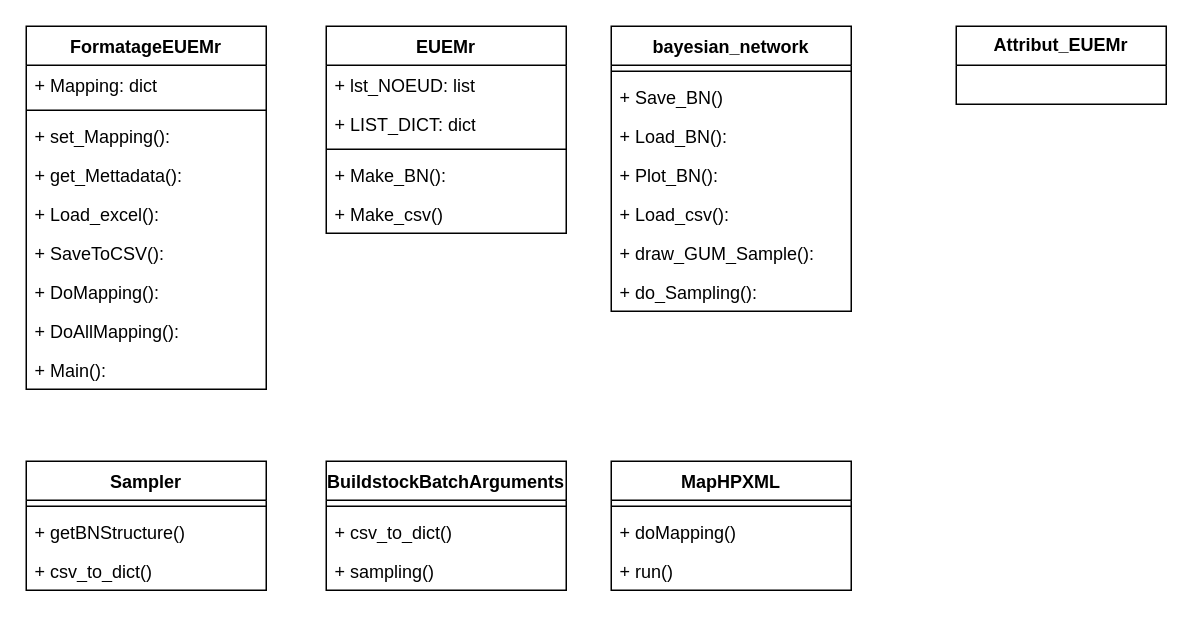
Above: documentation/cls.drawio in Febricant/sampler-simparc (draw.io), before the change. Source tidied: cells renumbered, new cells numbered last; positions are measured from the earlier drawing's top-left corner, leaving out a move shared by most shapes. Both pictures are drawn from the tidied source at 150%, with x=0, y=0 at pixel (26, 26).
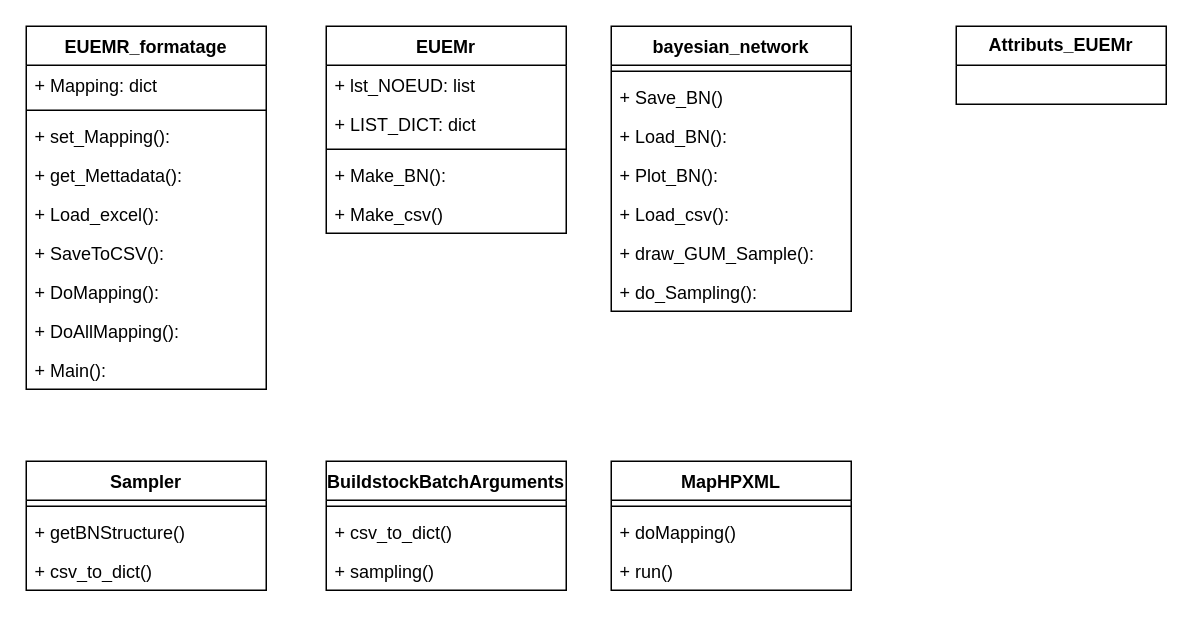
The same diagram, later.

What changed in the source:
```diff
@@
-    <mxCell id="2" value="FormatageEUEMr" style="swimlane;fontStyle=1;align=center;verticalAlign=top;horizontal=1;startSize=26;whiteSpace=wrap;html=1;" parent="1" vertex="1">
+    <mxCell id="2" value="EUEMR_formatage" style="swimlane;fontStyle=1;align=center;verticalAlign=top;horizontal=1;startSize=26;whiteSpace=wrap;html=1;" parent="1" vertex="1">
       <mxGeometry width="160" height="242" as="geometry" />
     </mxCell>
@@
-    <mxCell id="12" value="Attribut_EUEMr" style="swimlane;fontStyle=1;horizontal=1;startSize=26;fillColor=none;whiteSpace=wrap;html=1;" parent="1" vertex="1">
+    <mxCell id="12" value="Attributs_EUEMr" style="swimlane;fontStyle=1;horizontal=1;startSize=26;fillColor=none;whiteSpace=wrap;html=1;" parent="1" vertex="1">
       <mxGeometry x="620" width="140" height="52" as="geometry" />
     </mxCell>
```
